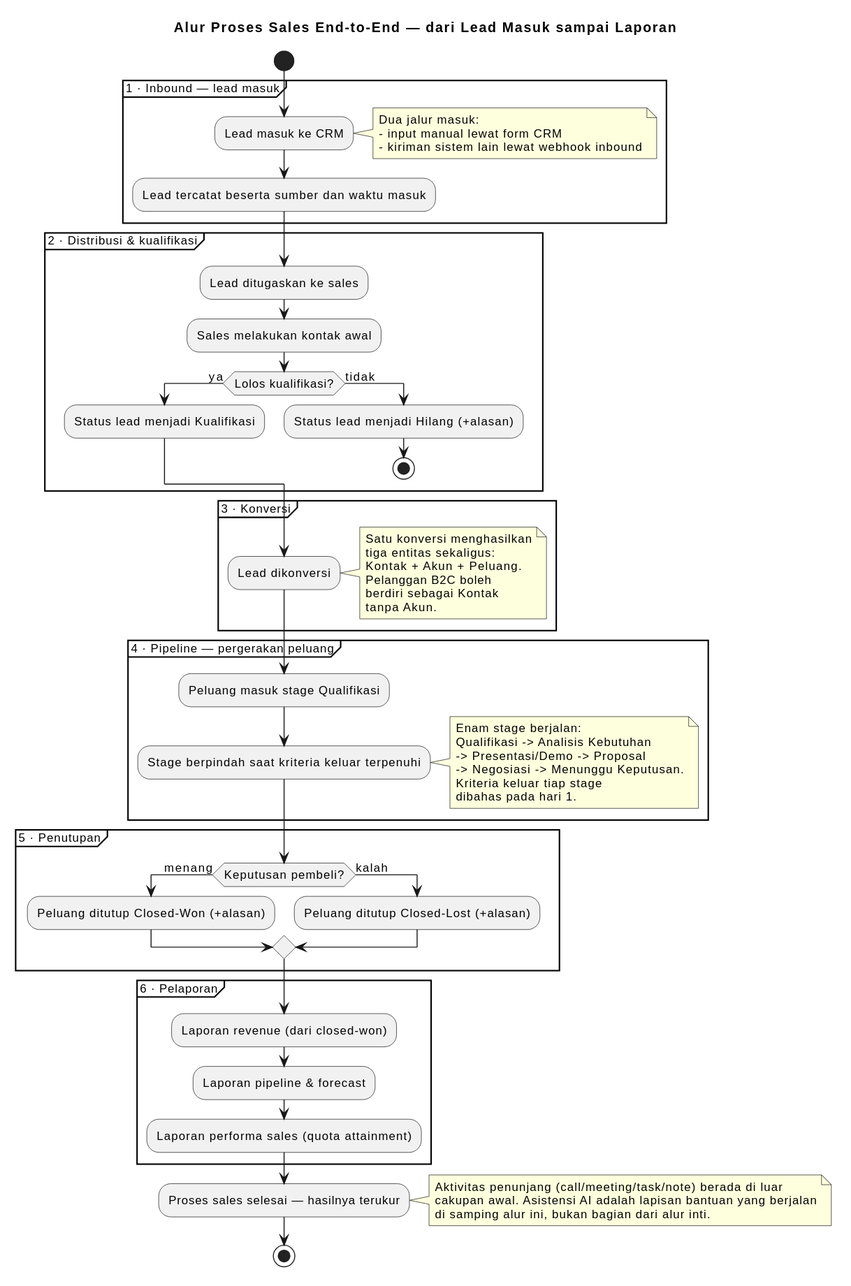
The PlantUML diagram knowledge/projects/bootcamp-crm/requirements/brd/diagrams/11-alur-proses-sales-end-to-end.svg in yudha-tlab/ai-os-knowledge, before a commit. Its diagram source:
```plantuml
@startuml
title Alur Proses Sales End-to-End — dari Lead Masuk sampai Laporan

skinparam shadowing false
skinparam defaultFontSize 12

start
partition "1 · Inbound — lead masuk" {
  :Lead masuk ke CRM;
  note right
    Dua jalur masuk:
    - input manual lewat form CRM
    - kiriman sistem lain lewat webhook inbound
  end note
  :Lead tercatat beserta sumber dan waktu masuk;
}
partition "2 · Distribusi & kualifikasi" {
  :Lead ditugaskan ke sales;
  :Sales melakukan kontak awal;
  if (Lolos kualifikasi?) then (ya)
    :Status lead menjadi Kualifikasi;
  else (tidak)
    :Status lead menjadi Hilang (+alasan);
    stop
  endif
}
partition "3 · Konversi" {
  :Lead dikonversi;
  note right
    Satu konversi menghasilkan
    tiga entitas sekaligus:
    Kontak + Akun + Peluang.
    Pelanggan B2C boleh
    berdiri sebagai Kontak
    tanpa Akun.
  end note
}
partition "4 · Pipeline — pergerakan peluang" {
  :Peluang masuk stage Qualifikasi;
  :Stage berpindah saat kriteria keluar terpenuhi;
  note right
    Enam stage berjalan:
    Qualifikasi -> Analisis Kebutuhan
    -> Presentasi/Demo -> Proposal
    -> Negosiasi -> Menunggu Keputusan.
    Kriteria keluar tiap stage
    dibahas pada hari 1.
  end note
}
partition "5 · Penutupan" {
  if (Keputusan pembeli?) then (menang)
    :Peluang ditutup Closed-Won (+alasan);
  else (kalah)
    :Peluang ditutup Closed-Lost (+alasan);
  endif
}
partition "6 · Pelaporan" {
  :Laporan revenue (dari closed-won);
  :Laporan pipeline & forecast;
  :Laporan performa sales (quota attainment);
}
:Proses sales selesai — hasilnya terukur;

note right
  Aktivitas penunjang (call/meeting/task/note) berada di luar
  cakupan awal. Asistensi AI adalah lapisan bantuan yang berjalan
  di samping alur ini, bukan bagian dari alur inti.
end note
stop
@enduml
```
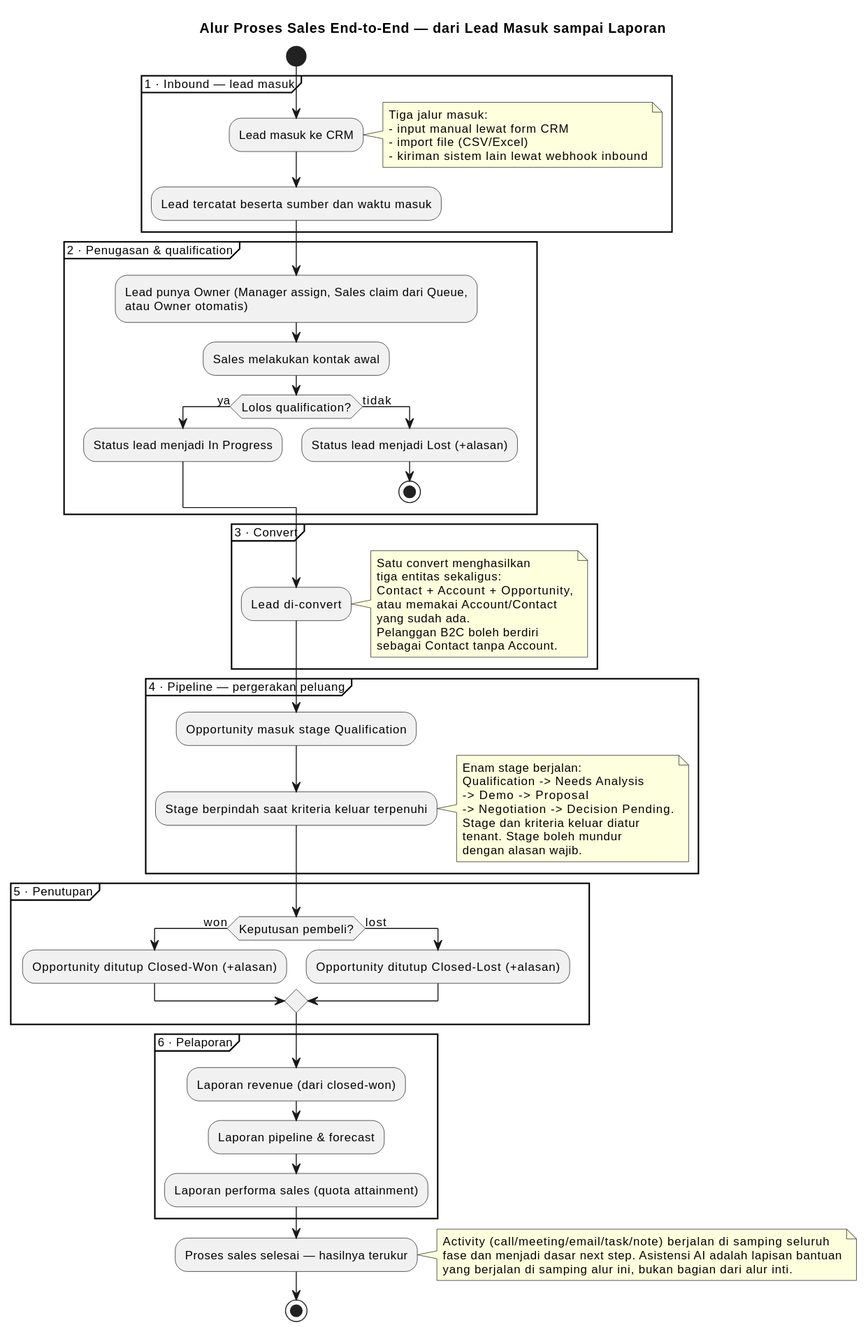
The same diagram one commit later.

The edit, as a diff of the source:
```diff
@@ -8,50 +8,53 @@
 partition "1 · Inbound — lead masuk" {
   :Lead masuk ke CRM;
   note right
-    Dua jalur masuk:
+    Tiga jalur masuk:
     - input manual lewat form CRM
+    - import file (CSV/Excel)
     - kiriman sistem lain lewat webhook inbound
   end note
   :Lead tercatat beserta sumber dan waktu masuk;
 }
-partition "2 · Distribusi & kualifikasi" {
-  :Lead ditugaskan ke sales;
+partition "2 · Penugasan & qualification" {
+  :Lead punya Owner (Manager assign, Sales claim dari Queue,\natau Owner otomatis);
   :Sales melakukan kontak awal;
-  if (Lolos kualifikasi?) then (ya)
-    :Status lead menjadi Kualifikasi;
+  if (Lolos qualification?) then (ya)
+    :Status lead menjadi In Progress;
   else (tidak)
-    :Status lead menjadi Hilang (+alasan);
+    :Status lead menjadi Lost (+alasan);
     stop
   endif
 }
-partition "3 · Konversi" {
-  :Lead dikonversi;
+partition "3 · Convert" {
+  :Lead di-convert;
   note right
-    Satu konversi menghasilkan
+    Satu convert menghasilkan
     tiga entitas sekaligus:
-    Kontak + Akun + Peluang.
-    Pelanggan B2C boleh
-    berdiri sebagai Kontak
-    tanpa Akun.
+    Contact + Account + Opportunity,
+    atau memakai Account/Contact
+    yang sudah ada.
+    Pelanggan B2C boleh berdiri
+    sebagai Contact tanpa Account.
   end note
 }
 partition "4 · Pipeline — pergerakan peluang" {
-  :Peluang masuk stage Qualifikasi;
+  :Opportunity masuk stage Qualification;
   :Stage berpindah saat kriteria keluar terpenuhi;
   note right
     Enam stage berjalan:
-    Qualifikasi -> Analisis Kebutuhan
-    -> Presentasi/Demo -> Proposal
-    -> Negosiasi -> Menunggu Keputusan.
-    Kriteria keluar tiap stage
-    dibahas pada hari 1.
+    Qualification -> Needs Analysis
+    -> Demo -> Proposal
+    -> Negotiation -> Decision Pending.
+    Stage dan kriteria keluar diatur
+    tenant. Stage boleh mundur
+    dengan alasan wajib.
   end note
 }
 partition "5 · Penutupan" {
-  if (Keputusan pembeli?) then (menang)
-    :Peluang ditutup Closed-Won (+alasan);
-  else (kalah)
-    :Peluang ditutup Closed-Lost (+alasan);
+  if (Keputusan pembeli?) then (won)
+    :Opportunity ditutup Closed-Won (+alasan);
+  else (lost)
+    :Opportunity ditutup Closed-Lost (+alasan);
   endif
 }
 partition "6 · Pelaporan" {
@@ -62,9 +65,9 @@
 :Proses sales selesai — hasilnya terukur;
 
 note right
-  Aktivitas penunjang (call/meeting/task/note) berada di luar
-  cakupan awal. Asistensi AI adalah lapisan bantuan yang berjalan
-  di samping alur ini, bukan bagian dari alur inti.
+  Activity (call/meeting/email/task/note) berjalan di samping seluruh
+  fase dan menjadi dasar next step. Asistensi AI adalah lapisan bantuan
+  yang berjalan di samping alur ini, bukan bagian dari alur inti.
 end note
 stop
 @enduml
```
